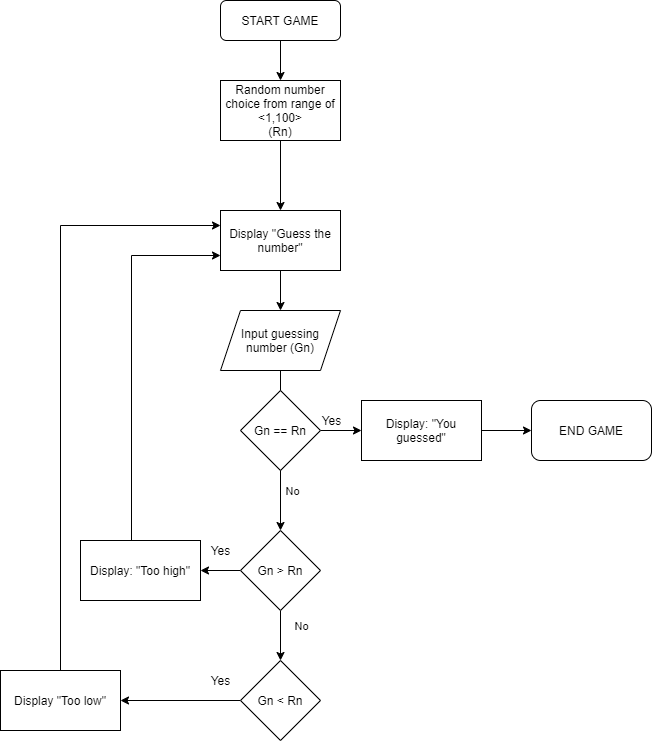
Szymon-Skazinski/CHARTS keeps this draw.io diagram as war_flowchart.png. Above is the earlier version. Source tidied: cells renumbered, new cells last; positions are measured from the earlier drawing's top-left corner, leaving out a move shared by most shapes. The source it was exported from:
```xml
<mxGraphModel>
  <root>
    <mxCell id="0" />
    <mxCell id="1" parent="0" />
    <mxCell id="2" style="edgeStyle=orthogonalEdgeStyle;rounded=0;jettySize=auto;html=1;" parent="1" edge="1" source="3" target="5">
      <mxGeometry relative="1" as="geometry" />
    </mxCell>
    <mxCell id="3" value="START GAME" style="rounded=1;whiteSpace=wrap;html=1;fontSize=12;glass=0;strokeWidth=1;shadow=0;" parent="1" vertex="1">
      <mxGeometry x="220" width="120" height="40" as="geometry" />
    </mxCell>
    <mxCell id="4" style="edgeStyle=orthogonalEdgeStyle;rounded=0;jettySize=auto;html=1;" parent="1" edge="1" source="24" target="8">
      <mxGeometry relative="1" as="geometry" />
    </mxCell>
    <mxCell id="5" value="Random number choice from range of &amp;lt;1,100&amp;gt;&lt;br&gt;(Rn)" style="whiteSpace=wrap;html=1;rounded=0;shadow=0;strokeWidth=1;glass=0;" parent="1" vertex="1">
      <mxGeometry x="220" y="80" width="120" height="60" as="geometry" />
    </mxCell>
    <mxCell id="6" style="edgeStyle=orthogonalEdgeStyle;rounded=0;jettySize=auto;html=1;" parent="1" edge="1" source="8" target="12">
      <mxGeometry relative="1" as="geometry" />
    </mxCell>
    <mxCell id="7" value="No" style="edgeLabel;html=1;align=center;verticalAlign=middle;" parent="6" vertex="1">
      <mxGeometry x="0.37" y="-1" relative="1" as="geometry">
        <mxPoint x="12" y="11" as="offset" />
      </mxGeometry>
    </mxCell>
    <mxCell id="8" value="Input guessing number (Gn)" style="shape=parallelogram;perimeter=parallelogramPerimeter;whiteSpace=wrap;html=1;fixedSize=1;rounded=0;shadow=0;strokeWidth=1;glass=0;" parent="1" vertex="1">
      <mxGeometry x="220" y="310" width="120" height="60" as="geometry" />
    </mxCell>
    <mxCell id="9" style="edgeStyle=orthogonalEdgeStyle;rounded=0;jettySize=auto;html=1;" parent="1" edge="1" source="12" target="14">
      <mxGeometry relative="1" as="geometry" />
    </mxCell>
    <mxCell id="10" style="edgeStyle=orthogonalEdgeStyle;rounded=0;jettySize=auto;html=1;" parent="1" edge="1" source="12" target="17">
      <mxGeometry relative="1" as="geometry" />
    </mxCell>
    <mxCell id="11" value="No" style="edgeLabel;html=1;align=center;verticalAlign=middle;" parent="10" vertex="1">
      <mxGeometry x="-0.19" y="3" relative="1" as="geometry">
        <mxPoint x="17" y="-4.1" as="offset" />
      </mxGeometry>
    </mxCell>
    <mxCell id="12" value="Gn &amp;gt; Rn" style="rhombus;whiteSpace=wrap;html=1;rounded=0;shadow=0;strokeWidth=1;glass=0;" parent="1" vertex="1">
      <mxGeometry x="240" y="530" width="80" height="80" as="geometry" />
    </mxCell>
    <mxCell id="13" style="edgeStyle=orthogonalEdgeStyle;rounded=0;jettySize=auto;html=1;entryX=0;entryY=0.75;entryDx=0;entryDy=0;" parent="1" edge="1" source="14" target="24">
      <mxGeometry relative="1" as="geometry">
        <Array as="points">
          <mxPoint x="131" y="255" />
        </Array>
      </mxGeometry>
    </mxCell>
    <mxCell id="14" value="Display: &quot;Too high&quot;" style="whiteSpace=wrap;html=1;rounded=0;shadow=0;strokeWidth=1;glass=0;" parent="1" vertex="1">
      <mxGeometry x="80" y="540" width="120" height="60" as="geometry" />
    </mxCell>
    <mxCell id="15" value="Yes" style="text;html=1;align=center;verticalAlign=middle;" parent="1" vertex="1">
      <mxGeometry x="200" y="540" width="40" height="20" as="geometry" />
    </mxCell>
    <mxCell id="16" style="edgeStyle=orthogonalEdgeStyle;rounded=0;jettySize=auto;html=1;" parent="1" edge="1" source="17" target="21">
      <mxGeometry relative="1" as="geometry" />
    </mxCell>
    <mxCell id="17" value="Gn &amp;lt; Rn" style="rhombus;whiteSpace=wrap;html=1;rounded=0;shadow=0;strokeWidth=1;glass=0;" parent="1" vertex="1">
      <mxGeometry x="240" y="660" width="80" height="80" as="geometry" />
    </mxCell>
    <mxCell id="18" style="edgeStyle=orthogonalEdgeStyle;rounded=0;jettySize=auto;html=1;entryX=0;entryY=0.5;entryDx=0;entryDy=0;" parent="1" edge="1" source="19" target="23">
      <mxGeometry relative="1" as="geometry" />
    </mxCell>
    <mxCell id="19" value="&lt;span&gt;Display: &quot;You guessed&quot;&lt;/span&gt;" style="whiteSpace=wrap;html=1;rounded=0;shadow=0;strokeWidth=1;glass=0;" parent="1" vertex="1">
      <mxGeometry x="361" y="400" width="120" height="60" as="geometry" />
    </mxCell>
    <mxCell id="20" style="edgeStyle=orthogonalEdgeStyle;rounded=0;jettySize=auto;html=1;entryX=0;entryY=0.25;entryDx=0;entryDy=0;" parent="1" edge="1" source="21" target="24">
      <mxGeometry relative="1" as="geometry">
        <Array as="points">
          <mxPoint x="60" y="225" />
        </Array>
      </mxGeometry>
    </mxCell>
    <mxCell id="21" value="Display &quot;Too low&quot;" style="whiteSpace=wrap;html=1;rounded=0;shadow=0;strokeWidth=1;glass=0;" parent="1" vertex="1">
      <mxGeometry y="670" width="120" height="60" as="geometry" />
    </mxCell>
    <mxCell id="22" value="Yes" style="text;html=1;align=center;verticalAlign=middle;" parent="1" vertex="1">
      <mxGeometry x="200" y="670" width="40" height="20" as="geometry" />
    </mxCell>
    <mxCell id="23" value="END GAME" style="whiteSpace=wrap;html=1;rounded=1;shadow=0;strokeWidth=1;glass=0;" parent="1" vertex="1">
      <mxGeometry x="531" y="400" width="120" height="60" as="geometry" />
    </mxCell>
    <mxCell id="24" value="Display &quot;Guess the number&quot;" style="whiteSpace=wrap;html=1;rounded=0;shadow=0;strokeWidth=1;glass=0;" parent="1" vertex="1">
      <mxGeometry x="220" y="210" width="120" height="60" as="geometry" />
    </mxCell>
    <mxCell id="25" style="edgeStyle=orthogonalEdgeStyle;rounded=0;jettySize=auto;html=1;" parent="1" edge="1" source="5" target="24">
      <mxGeometry relative="1" as="geometry" />
    </mxCell>
    <mxCell id="26" style="edgeStyle=orthogonalEdgeStyle;rounded=0;jettySize=auto;html=1;" parent="1" edge="1" source="27" target="19">
      <mxGeometry relative="1" as="geometry" />
    </mxCell>
    <mxCell id="27" value="Gn == Rn" style="rhombus;whiteSpace=wrap;html=1;rounded=0;shadow=0;strokeWidth=1;glass=0;" parent="1" vertex="1">
      <mxGeometry x="240" y="390" width="80" height="80" as="geometry" />
    </mxCell>
    <mxCell id="28" value="Yes" style="text;html=1;align=center;verticalAlign=middle;" parent="1" vertex="1">
      <mxGeometry x="311" y="410" width="40" height="20" as="geometry" />
    </mxCell>
  </root>
</mxGraphModel>
```
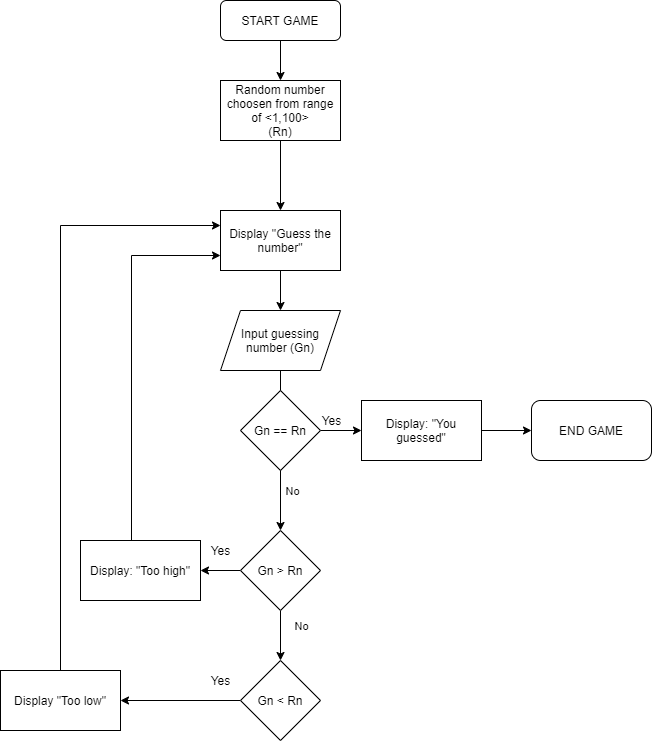
After the change.

Change to the diagram source:
```diff
@@ -11,7 +11,7 @@
     <mxCell id="4" style="edgeStyle=orthogonalEdgeStyle;rounded=0;jettySize=auto;html=1;" parent="1" edge="1" source="24" target="8">
       <mxGeometry relative="1" as="geometry" />
     </mxCell>
-    <mxCell id="5" value="Random number choice from range of &amp;lt;1,100&amp;gt;&lt;br&gt;(Rn)" style="whiteSpace=wrap;html=1;rounded=0;shadow=0;strokeWidth=1;glass=0;" parent="1" vertex="1">
+    <mxCell id="5" value="Random number choosen from range of &amp;lt;1,100&amp;gt;&lt;br&gt;(Rn)" style="whiteSpace=wrap;html=1;rounded=0;shadow=0;strokeWidth=1;glass=0;" parent="1" vertex="1">
       <mxGeometry x="220" y="80" width="120" height="60" as="geometry" />
     </mxCell>
     <mxCell id="6" style="edgeStyle=orthogonalEdgeStyle;rounded=0;jettySize=auto;html=1;" parent="1" edge="1" source="8" target="12">
```
